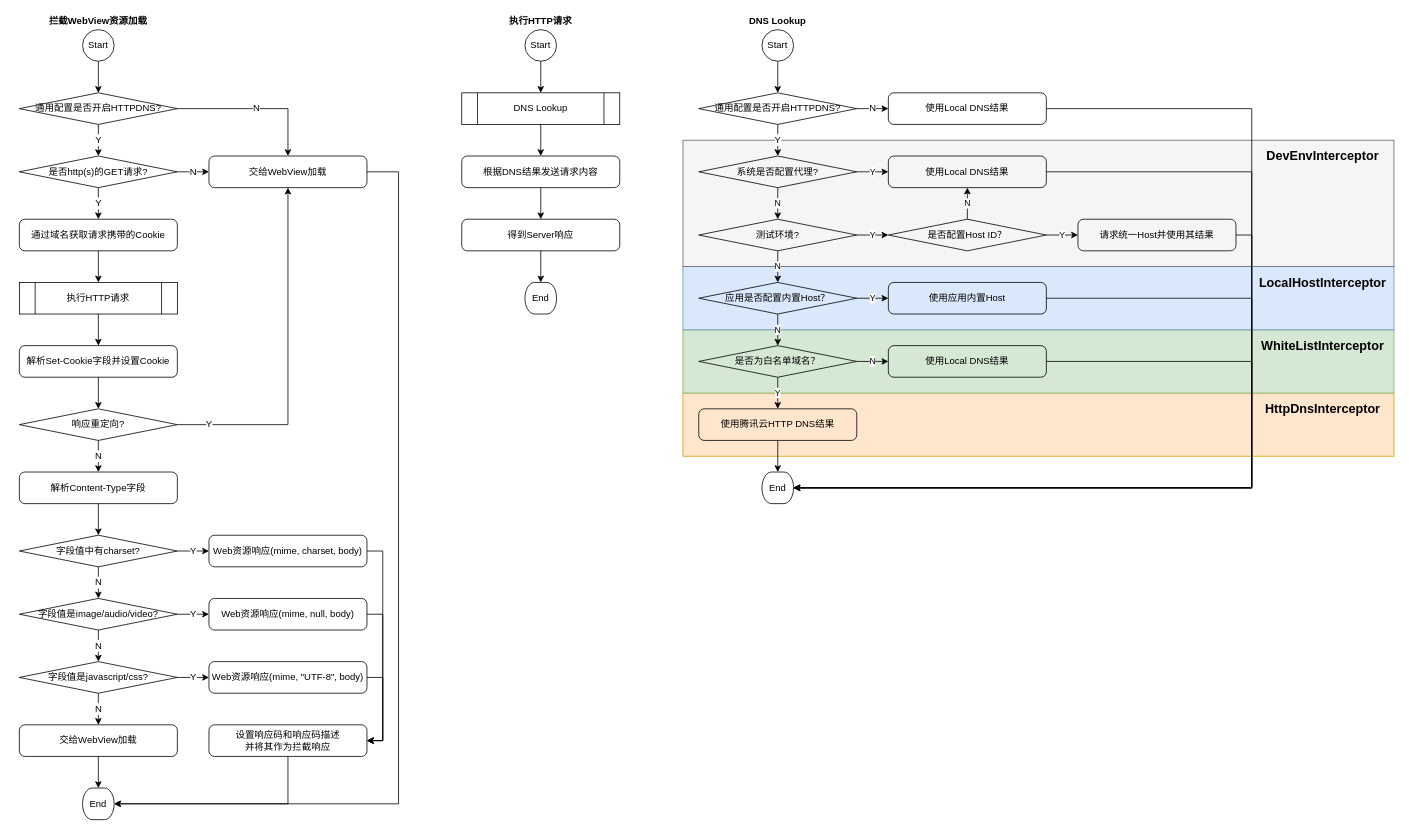
Cmdone/Draw.io keeps this draw.io diagram as HTTPDNS.drawio. Above is the earlier version. Source tidied: cells renumbered, new cells numbered last; positions are measured from the earlier drawing's top-left corner, leaving out a move shared by most shapes. Both pictures are drawn from the tidied source at 79%, with x=0, y=0 at pixel (19, 13).
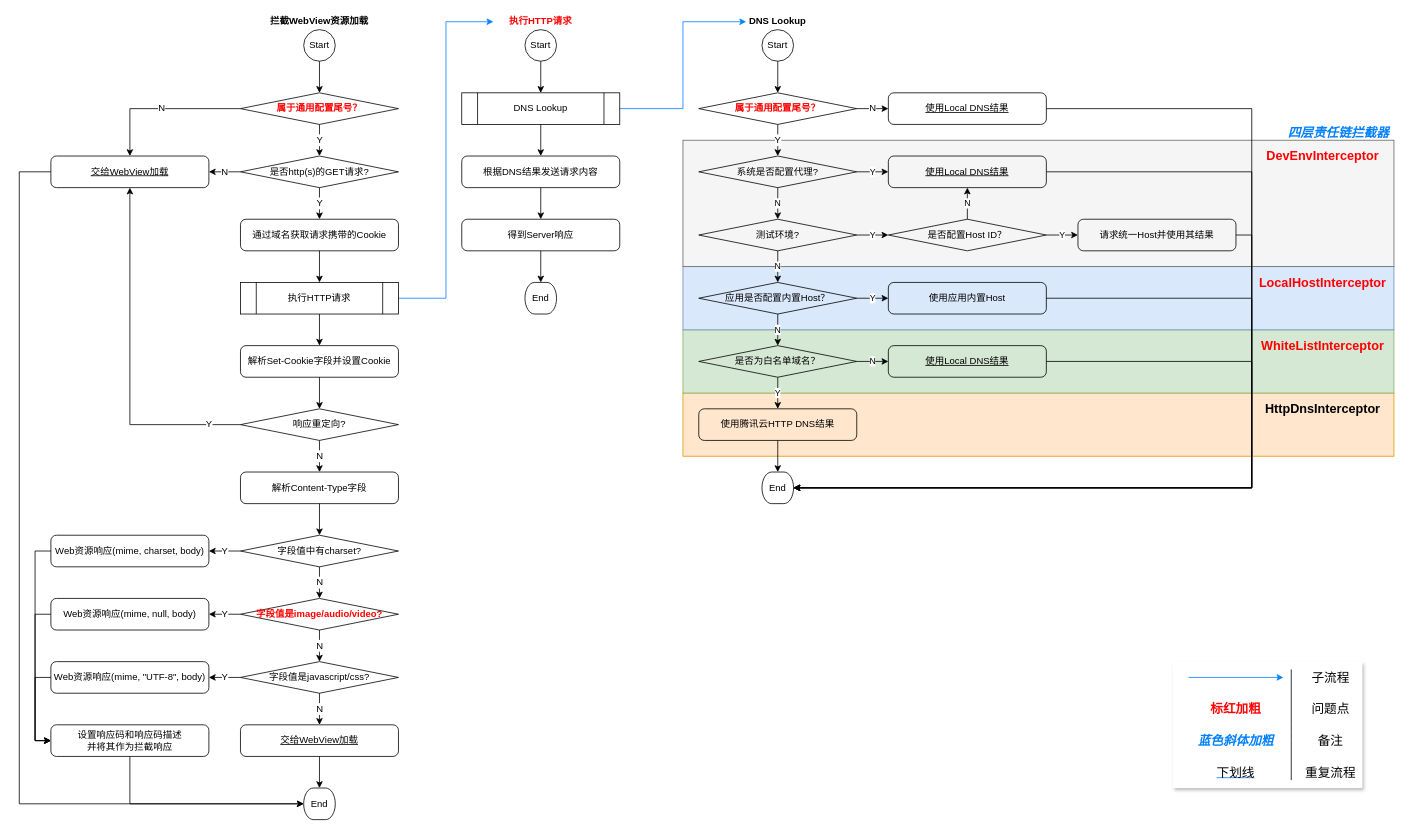
The same page after the edit.

The change refers to these unchanged cells:
```xml
<mxCell id="8" value="DNS Lookup" style="shape=process;whiteSpace=wrap;html=1;backgroundOutline=1;strokeWidth=1;fillColor=none;" parent="1" vertex="1">
  <mxGeometry x="560" y="100" width="200" height="40" as="geometry" />
</mxCell>
```

What changed in the source:
```diff
@@
+    <mxCell id="96" style="rounded=0;whiteSpace=wrap;html=1;labelBackgroundColor=none;fontSize=16;fontColor=#000000;strokeWidth=1;strokeColor=none;shadow=1;" parent="1" vertex="1">
+      <mxGeometry x="1460" y="820" width="240" height="160" as="geometry" />
+    </mxCell>
@@
+    <mxCell id="97" style="rounded=0;jettySize=auto;html=1;exitX=1;exitY=0.5;exitDx=0;exitDy=0;entryX=0;entryY=0.5;entryDx=0;entryDy=0;labelBackgroundColor=#ffffff;fontSize=16;fontColor=#007FFF;edgeStyle=orthogonalEdgeStyle;strokeColor=#007FFF;" parent="1" edge="1" source="8" target="18">
+      <mxGeometry relative="1" as="geometry" />
+    </mxCell>
@@
-    <mxCell id="12" value="执行HTTP请求" style="text;html=1;strokeColor=none;fillColor=none;align=center;verticalAlign=middle;whiteSpace=wrap;rounded=0;fontStyle=1;" parent="1" vertex="1">
-      <mxGeometry x="560" width="200" height="20" as="geometry" />
+    <mxCell id="12" value="执行HTTP请求" style="text;html=1;strokeColor=none;fillColor=none;align=center;verticalAlign=middle;whiteSpace=wrap;rounded=0;fontStyle=1;fontColor=#FF0000;" parent="1" vertex="1">
+      <mxGeometry x="600" width="120" height="20" as="geometry" />
     </mxCell>
@@
     <mxCell id="18" value="DNS Lookup" style="text;html=1;strokeColor=none;fillColor=none;align=center;verticalAlign=middle;whiteSpace=wrap;rounded=0;fontStyle=1;" parent="1" vertex="1">
-      <mxGeometry x="860" width="200" height="20" as="geometry" />
+      <mxGeometry x="920" width="80" height="20" as="geometry" />
     </mxCell>
@@
-    <mxCell id="29" value="使用Local DNS结果" style="rounded=1;whiteSpace=wrap;html=1;absoluteArcSize=1;arcSize=14;strokeWidth=1;fillColor=none;" parent="1" vertex="1">
+    <mxCell id="29" value="使用Local DNS结果" style="rounded=1;whiteSpace=wrap;html=1;absoluteArcSize=1;arcSize=14;strokeWidth=1;fillColor=none;fontStyle=4;" parent="1" vertex="1">
       <mxGeometry x="1100" y="180" width="200" height="40" as="geometry" />
     </mxCell>
@@
-    <mxCell id="41" value="使用Local DNS结果" style="rounded=1;whiteSpace=wrap;html=1;absoluteArcSize=1;arcSize=14;strokeWidth=1;fillColor=none;" parent="1" vertex="1">
+    <mxCell id="41" value="使用Local DNS结果" style="rounded=1;whiteSpace=wrap;html=1;absoluteArcSize=1;arcSize=14;strokeWidth=1;fillColor=none;fontStyle=4;" parent="1" vertex="1">
       <mxGeometry x="1100" y="420" width="200" height="40" as="geometry" />
     </mxCell>
@@
-    <mxCell id="45" value="DevEnvInterceptor" style="text;html=1;strokeColor=none;fillColor=none;align=center;verticalAlign=middle;whiteSpace=wrap;rounded=0;fontSize=16;fontStyle=1;" parent="1" vertex="1">
+    <mxCell id="45" value="DevEnvInterceptor" style="text;html=1;strokeColor=none;fillColor=none;align=center;verticalAlign=middle;whiteSpace=wrap;rounded=0;fontSize=16;fontStyle=1;fontColor=#FF0000;" parent="1" vertex="1">
       <mxGeometry x="1560" y="160" width="180" height="40" as="geometry" />
     </mxCell>
-    <mxCell id="46" value="LocalHostInterceptor" style="text;html=1;strokeColor=none;fillColor=none;align=center;verticalAlign=middle;whiteSpace=wrap;rounded=0;fontSize=16;fontStyle=1;" parent="1" vertex="1">
+    <mxCell id="46" value="LocalHostInterceptor" style="text;html=1;strokeColor=none;fillColor=none;align=center;verticalAlign=middle;whiteSpace=wrap;rounded=0;fontSize=16;fontStyle=1;fontColor=#FF0000;" parent="1" vertex="1">
       <mxGeometry x="1560" y="320" width="180" height="40" as="geometry" />
     </mxCell>
-    <mxCell id="47" value="WhiteListInterceptor" style="text;html=1;strokeColor=none;fillColor=none;align=center;verticalAlign=middle;whiteSpace=wrap;rounded=0;fontSize=16;fontStyle=1;" parent="1" vertex="1">
+    <mxCell id="47" value="WhiteListInterceptor" style="text;html=1;strokeColor=none;fillColor=none;align=center;verticalAlign=middle;whiteSpace=wrap;rounded=0;fontSize=16;fontStyle=1;fontColor=#FF0000;" parent="1" vertex="1">
       <mxGeometry x="1560" y="400" width="180" height="40" as="geometry" />
     </mxCell>
@@
     <mxCell id="50" value="Start" style="strokeWidth=1;html=1;shape=mxgraph.flowchart.start_2;whiteSpace=wrap;fillColor=none;" parent="1" vertex="1">
-      <mxGeometry x="80" y="20" width="40" height="40" as="geometry" />
+      <mxGeometry x="359.9" y="20" width="40" height="40" as="geometry" />
     </mxCell>
     <mxCell id="51" value="拦截WebView资源加载" style="text;html=1;strokeColor=none;fillColor=none;align=center;verticalAlign=middle;whiteSpace=wrap;rounded=0;fontStyle=1;" parent="1" vertex="1">
-      <mxGeometry width="200" height="20" as="geometry" />
+      <mxGeometry x="279.9" width="200" height="20" as="geometry" />
     </mxCell>
@@
-    <mxCell id="54" value="通用配置是否开启HTTPDNS?" style="strokeWidth=1;html=1;shape=mxgraph.flowchart.decision;whiteSpace=wrap;fillColor=none;" parent="1" vertex="1">
+    <mxCell id="54" value="&lt;span style=&quot;color: rgb(255 , 0 , 0) ; font-weight: 700&quot;&gt;属于通用配置尾号？&lt;/span&gt;" style="strokeWidth=1;html=1;shape=mxgraph.flowchart.decision;whiteSpace=wrap;fillColor=none;" parent="1" vertex="1">
       <mxGeometry x="860" y="100" width="200" height="40" as="geometry" />
     </mxCell>
@@
-    <mxCell id="56" value="使用Local DNS结果" style="rounded=1;whiteSpace=wrap;html=1;absoluteArcSize=1;arcSize=14;strokeWidth=1;fillColor=none;" parent="1" vertex="1">
+    <mxCell id="56" value="使用Local DNS结果" style="rounded=1;whiteSpace=wrap;html=1;absoluteArcSize=1;arcSize=14;strokeWidth=1;fillColor=none;fontStyle=4;" parent="1" vertex="1">
       <mxGeometry x="1100" y="100" width="200" height="40" as="geometry" />
     </mxCell>
-    <mxCell id="57" value="N" style="edgeStyle=orthogonalEdgeStyle;rounded=0;jettySize=auto;html=1;exitX=1;exitY=0.5;exitDx=0;exitDy=0;exitPerimeter=0;labelBackgroundColor=#ffffff;fontSize=12;" parent="1" edge="1" source="59" target="61">
+    <mxCell id="57" value="N" style="edgeStyle=orthogonalEdgeStyle;rounded=0;jettySize=auto;html=1;exitX=0;exitY=0.5;exitDx=0;exitDy=0;exitPerimeter=0;labelBackgroundColor=#ffffff;fontSize=12;" parent="1" edge="1" source="59" target="61">
       <mxGeometry relative="1" as="geometry" />
     </mxCell>
@@
-    <mxCell id="59" value="通用配置是否开启HTTPDNS?" style="strokeWidth=1;html=1;shape=mxgraph.flowchart.decision;whiteSpace=wrap;fillColor=none;" parent="1" vertex="1">
-      <mxGeometry y="100" width="200" height="40" as="geometry" />
+    <mxCell id="59" value="属于通用配置尾号？" style="strokeWidth=1;html=1;shape=mxgraph.flowchart.decision;whiteSpace=wrap;fillColor=none;fontStyle=1;fontColor=#FF0000;" parent="1" vertex="1">
+      <mxGeometry x="279.9" y="100" width="200" height="40" as="geometry" />
     </mxCell>
-    <mxCell id="60" style="edgeStyle=orthogonalEdgeStyle;rounded=0;jettySize=auto;html=1;exitX=1;exitY=0.5;exitDx=0;exitDy=0;labelBackgroundColor=#ffffff;fontSize=12;" parent="1" edge="1" source="61" target="95">
+    <mxCell id="60" style="edgeStyle=orthogonalEdgeStyle;rounded=0;jettySize=auto;html=1;exitX=0;exitY=0.5;exitDx=0;exitDy=0;labelBackgroundColor=#ffffff;fontSize=12;" parent="1" edge="1" source="61" target="95">
       <mxGeometry relative="1" as="geometry">
         <Array as="points">
-          <mxPoint x="480" y="200" />
-          <mxPoint x="480" y="1000" />
+          <mxPoint x="-0.1" y="200" />
+          <mxPoint x="-0.1" y="1000" />
         </Array>
       </mxGeometry>
     </mxCell>
-    <mxCell id="61" value="交给WebView加载" style="rounded=1;whiteSpace=wrap;html=1;absoluteArcSize=1;arcSize=14;strokeWidth=1;fillColor=none;" parent="1" vertex="1">
-      <mxGeometry x="240" y="180" width="200" height="40" as="geometry" />
+    <mxCell id="61" value="交给WebView加载" style="rounded=1;whiteSpace=wrap;html=1;absoluteArcSize=1;arcSize=14;strokeWidth=1;fillColor=none;fontStyle=4;" parent="1" vertex="1">
+      <mxGeometry x="39.9" y="180" width="200" height="40" as="geometry" />
     </mxCell>
-    <mxCell id="62" value="N" style="edgeStyle=orthogonalEdgeStyle;rounded=0;jettySize=auto;html=1;exitX=1;exitY=0.5;exitDx=0;exitDy=0;exitPerimeter=0;labelBackgroundColor=#ffffff;fontSize=12;" parent="1" edge="1" source="64" target="61">
+    <mxCell id="62" value="N" style="edgeStyle=orthogonalEdgeStyle;rounded=0;jettySize=auto;html=1;labelBackgroundColor=#ffffff;fontSize=12;" parent="1" edge="1" source="64" target="61">
       <mxGeometry relative="1" as="geometry" />
     </mxCell>
@@
     <mxCell id="64" value="是否http(s)的GET请求?" style="strokeWidth=1;html=1;shape=mxgraph.flowchart.decision;whiteSpace=wrap;fillColor=none;" parent="1" vertex="1">
-      <mxGeometry y="180" width="200" height="40" as="geometry" />
+      <mxGeometry x="279.9" y="180" width="200" height="40" as="geometry" />
     </mxCell>
@@
     <mxCell id="66" value="通过域名获取请求携带的Cookie" style="rounded=1;whiteSpace=wrap;html=1;absoluteArcSize=1;arcSize=14;strokeWidth=1;fillColor=none;" parent="1" vertex="1">
-      <mxGeometry y="260" width="200" height="40" as="geometry" />
+      <mxGeometry x="279.9" y="260" width="200" height="40" as="geometry" />
     </mxCell>
@@
+    <mxCell id="98" style="edgeStyle=orthogonalEdgeStyle;rounded=0;jettySize=auto;html=1;exitX=1;exitY=0.5;exitDx=0;exitDy=0;entryX=0;entryY=0.5;entryDx=0;entryDy=0;labelBackgroundColor=#ffffff;fontSize=16;fontColor=#007FFF;strokeColor=#007FFF;" parent="1" edge="1" source="68" target="12">
+      <mxGeometry relative="1" as="geometry" />
+    </mxCell>
     <mxCell id="68" value="执行HTTP请求" style="shape=process;whiteSpace=wrap;html=1;backgroundOutline=1;fontSize=12;strokeWidth=1;fillColor=none;" parent="1" vertex="1">
-      <mxGeometry y="340" width="200" height="40" as="geometry" />
+      <mxGeometry x="279.9" y="340" width="200" height="40" as="geometry" />
     </mxCell>
@@
     <mxCell id="70" value="解析Set-Cookie字段并设置Cookie" style="rounded=1;whiteSpace=wrap;html=1;absoluteArcSize=1;arcSize=14;strokeWidth=1;fillColor=none;" parent="1" vertex="1">
-      <mxGeometry y="420" width="200" height="40" as="geometry" />
+      <mxGeometry x="279.9" y="420" width="200" height="40" as="geometry" />
     </mxCell>
-    <mxCell id="71" value="Y" style="edgeStyle=orthogonalEdgeStyle;rounded=0;jettySize=auto;html=1;exitX=1;exitY=0.5;exitDx=0;exitDy=0;exitPerimeter=0;labelBackgroundColor=#ffffff;fontSize=12;" parent="1" edge="1" source="73" target="61">
+    <mxCell id="71" value="Y" style="edgeStyle=orthogonalEdgeStyle;rounded=0;jettySize=auto;html=1;exitX=0;exitY=0.5;exitDx=0;exitDy=0;exitPerimeter=0;labelBackgroundColor=#ffffff;fontSize=12;" parent="1" edge="1" source="73" target="61">
       <mxGeometry x="-0.82" relative="1" as="geometry" />
     </mxCell>
@@
     <mxCell id="73" value="响应重定向?" style="strokeWidth=1;html=1;shape=mxgraph.flowchart.decision;whiteSpace=wrap;fillColor=none;" parent="1" vertex="1">
-      <mxGeometry y="500" width="200" height="40" as="geometry" />
+      <mxGeometry x="279.9" y="500" width="200" height="40" as="geometry" />
     </mxCell>
-    <mxCell id="74" value="Y" style="edgeStyle=orthogonalEdgeStyle;rounded=0;jettySize=auto;html=1;exitX=1;exitY=0.5;exitDx=0;exitDy=0;exitPerimeter=0;labelBackgroundColor=#ffffff;fontSize=12;" parent="1" edge="1" source="76" target="78">
+    <mxCell id="74" value="Y" style="edgeStyle=orthogonalEdgeStyle;rounded=0;jettySize=auto;html=1;exitX=0;exitY=0.5;exitDx=0;exitDy=0;exitPerimeter=0;labelBackgroundColor=#ffffff;fontSize=12;" parent="1" edge="1" source="76" target="78">
       <mxGeometry relative="1" as="geometry" />
     </mxCell>
@@
     <mxCell id="76" value="字段值中有charset?" style="strokeWidth=1;html=1;shape=mxgraph.flowchart.decision;whiteSpace=wrap;fillColor=none;" parent="1" vertex="1">
-      <mxGeometry y="660" width="200" height="40" as="geometry" />
+      <mxGeometry x="279.9" y="660" width="200" height="40" as="geometry" />
     </mxCell>
-    <mxCell id="77" style="edgeStyle=orthogonalEdgeStyle;rounded=0;jettySize=auto;html=1;exitX=1;exitY=0.5;exitDx=0;exitDy=0;entryX=1;entryY=0.5;entryDx=0;entryDy=0;labelBackgroundColor=#ffffff;fontSize=12;" parent="1" edge="1" source="78" target="94">
-      <mxGeometry relative="1" as="geometry" />
+    <mxCell id="77" style="edgeStyle=orthogonalEdgeStyle;rounded=0;jettySize=auto;html=1;labelBackgroundColor=#ffffff;fontSize=12;" parent="1" edge="1" source="78" target="94">
+      <mxGeometry relative="1" as="geometry">
+        <Array as="points">
+          <mxPoint x="19.9" y="680" />
+          <mxPoint x="19.9" y="920" />
+        </Array>
+      </mxGeometry>
     </mxCell>
     <mxCell id="78" value="Web资源响应(mime, charset, body)" style="rounded=1;whiteSpace=wrap;html=1;absoluteArcSize=1;arcSize=14;strokeWidth=1;fillColor=none;" parent="1" vertex="1">
-      <mxGeometry x="240" y="660" width="200" height="40" as="geometry" />
+      <mxGeometry x="39.9" y="660" width="200" height="40" as="geometry" />
     </mxCell>
-    <mxCell id="79" value="Y" style="edgeStyle=orthogonalEdgeStyle;rounded=0;jettySize=auto;html=1;exitX=1;exitY=0.5;exitDx=0;exitDy=0;exitPerimeter=0;labelBackgroundColor=#ffffff;fontSize=12;" parent="1" edge="1" source="81" target="85">
+    <mxCell id="79" value="Y" style="edgeStyle=orthogonalEdgeStyle;rounded=0;jettySize=auto;html=1;exitX=0;exitY=0.5;exitDx=0;exitDy=0;exitPerimeter=0;labelBackgroundColor=#ffffff;fontSize=12;" parent="1" edge="1" source="81" target="85">
       <mxGeometry relative="1" as="geometry" />
     </mxCell>
@@
-    <mxCell id="81" value="字段值是image/audio/video?" style="strokeWidth=1;html=1;shape=mxgraph.flowchart.decision;whiteSpace=wrap;fillColor=none;" parent="1" vertex="1">
-      <mxGeometry y="740" width="200" height="40" as="geometry" />
+    <mxCell id="81" value="&lt;b&gt;&lt;font color=&quot;#ff0000&quot;&gt;字段值是image/audio/video?&lt;/font&gt;&lt;/b&gt;" style="strokeWidth=1;html=1;shape=mxgraph.flowchart.decision;whiteSpace=wrap;fillColor=none;" parent="1" vertex="1">
+      <mxGeometry x="279.9" y="740" width="200" height="40" as="geometry" />
     </mxCell>
@@
     <mxCell id="83" value="解析Content-Type字段" style="rounded=1;whiteSpace=wrap;html=1;absoluteArcSize=1;arcSize=14;strokeWidth=1;fillColor=none;" parent="1" vertex="1">
-      <mxGeometry y="580" width="200" height="40" as="geometry" />
+      <mxGeometry x="279.9" y="580" width="200" height="40" as="geometry" />
     </mxCell>
-    <mxCell id="84" style="edgeStyle=orthogonalEdgeStyle;rounded=0;jettySize=auto;html=1;exitX=1;exitY=0.5;exitDx=0;exitDy=0;entryX=1;entryY=0.5;entryDx=0;entryDy=0;labelBackgroundColor=#ffffff;fontSize=12;" parent="1" edge="1" source="85" target="94">
-      <mxGeometry relative="1" as="geometry" />
+    <mxCell id="84" style="edgeStyle=orthogonalEdgeStyle;rounded=0;jettySize=auto;html=1;labelBackgroundColor=#ffffff;fontSize=12;" parent="1" edge="1" source="85" target="94">
+      <mxGeometry relative="1" as="geometry">
+        <Array as="points">
+          <mxPoint x="19.9" y="760" />
+          <mxPoint x="19.9" y="920" />
+        </Array>
+      </mxGeometry>
     </mxCell>
     <mxCell id="85" value="Web资源响应(mime, null, body)" style="rounded=1;whiteSpace=wrap;html=1;absoluteArcSize=1;arcSize=14;strokeWidth=1;fillColor=none;" parent="1" vertex="1">
-      <mxGeometry x="240" y="740" width="200" height="40" as="geometry" />
+      <mxGeometry x="39.9" y="740" width="200" height="40" as="geometry" />
     </mxCell>
-    <mxCell id="86" value="Y" style="edgeStyle=orthogonalEdgeStyle;rounded=0;jettySize=auto;html=1;exitX=1;exitY=0.5;exitDx=0;exitDy=0;exitPerimeter=0;labelBackgroundColor=#ffffff;fontSize=12;" parent="1" edge="1" source="88" target="90">
+    <mxCell id="86" value="Y" style="edgeStyle=orthogonalEdgeStyle;rounded=0;jettySize=auto;html=1;exitX=0;exitY=0.5;exitDx=0;exitDy=0;exitPerimeter=0;labelBackgroundColor=#ffffff;fontSize=12;" parent="1" edge="1" source="88" target="90">
       <mxGeometry relative="1" as="geometry" />
     </mxCell>
@@
     <mxCell id="88" value="字段值是javascript/css?" style="strokeWidth=1;html=1;shape=mxgraph.flowchart.decision;whiteSpace=wrap;fillColor=none;" parent="1" vertex="1">
-      <mxGeometry y="820" width="200" height="40" as="geometry" />
+      <mxGeometry x="279.9" y="820" width="200" height="40" as="geometry" />
     </mxCell>
-    <mxCell id="89" style="edgeStyle=orthogonalEdgeStyle;rounded=0;jettySize=auto;html=1;exitX=1;exitY=0.5;exitDx=0;exitDy=0;entryX=1;entryY=0.5;entryDx=0;entryDy=0;labelBackgroundColor=#ffffff;fontSize=12;" parent="1" edge="1" source="90" target="94">
-      <mxGeometry relative="1" as="geometry" />
+    <mxCell id="89" style="edgeStyle=orthogonalEdgeStyle;rounded=0;jettySize=auto;html=1;labelBackgroundColor=#ffffff;fontSize=12;" parent="1" edge="1" source="90" target="94">
+      <mxGeometry relative="1" as="geometry">
+        <Array as="points">
+          <mxPoint x="19.9" y="840" />
+          <mxPoint x="19.9" y="920" />
+        </Array>
+      </mxGeometry>
     </mxCell>
     <mxCell id="90" value="Web资源响应(mime, &quot;UTF-8&quot;, body)" style="rounded=1;whiteSpace=wrap;html=1;absoluteArcSize=1;arcSize=14;strokeWidth=1;fillColor=none;" parent="1" vertex="1">
-      <mxGeometry x="240" y="820" width="200" height="40" as="geometry" />
+      <mxGeometry x="39.9" y="820" width="200" height="40" as="geometry" />
     </mxCell>
@@
-    <mxCell id="92" value="交给WebView加载" style="rounded=1;whiteSpace=wrap;html=1;absoluteArcSize=1;arcSize=14;strokeWidth=1;fillColor=none;" parent="1" vertex="1">
-      <mxGeometry y="900" width="200" height="40" as="geometry" />
+    <mxCell id="92" value="交给WebView加载" style="rounded=1;whiteSpace=wrap;html=1;absoluteArcSize=1;arcSize=14;strokeWidth=1;fillColor=none;fontStyle=4;" parent="1" vertex="1">
+      <mxGeometry x="279.9" y="900" width="200" height="40" as="geometry" />
     </mxCell>
-    <mxCell id="93" style="edgeStyle=orthogonalEdgeStyle;rounded=0;jettySize=auto;html=1;exitX=0.5;exitY=1;exitDx=0;exitDy=0;entryX=1;entryY=0.5;entryDx=0;entryDy=0;entryPerimeter=0;labelBackgroundColor=#ffffff;fontSize=12;" parent="1" edge="1" source="94" target="95">
+    <mxCell id="93" style="edgeStyle=orthogonalEdgeStyle;rounded=0;jettySize=auto;html=1;exitX=0.5;exitY=1;exitDx=0;exitDy=0;entryX=0;entryY=0.5;entryDx=0;entryDy=0;entryPerimeter=0;labelBackgroundColor=#ffffff;fontSize=12;" parent="1" edge="1" source="94" target="95">
       <mxGeometry relative="1" as="geometry" />
     </mxCell>
     <mxCell id="94" value="设置响应码和响应码描述&lt;br&gt;并将其作为拦截响应" style="rounded=1;whiteSpace=wrap;html=1;absoluteArcSize=1;arcSize=14;strokeWidth=1;fillColor=none;" parent="1" vertex="1">
-      <mxGeometry x="240" y="900" width="200" height="40" as="geometry" />
+      <mxGeometry x="39.9" y="900" width="200" height="40" as="geometry" />
     </mxCell>
     <mxCell id="95" value="End" style="strokeWidth=1;html=1;shape=mxgraph.flowchart.terminator;whiteSpace=wrap;fillColor=none;" parent="1" vertex="1">
-      <mxGeometry x="80" y="980" width="40" height="40" as="geometry" />
+      <mxGeometry x="359.9" y="980" width="40" height="40" as="geometry" />
     </mxCell>
+    <mxCell id="99" value="四层责任链拦截器" style="text;html=1;strokeColor=none;fillColor=none;align=center;verticalAlign=middle;whiteSpace=wrap;rounded=0;fontSize=16;fontStyle=3;fontColor=#007FFF;" parent="1" vertex="1">
+      <mxGeometry x="1600" y="140" width="140" height="20" as="geometry" />
+    </mxCell>
+    <mxCell id="100" style="endArrow=classic;html=1;labelBackgroundColor=#ffffff;fontSize=16;fontColor=#FF0000;strokeColor=#007FFF;" parent="1" edge="1">
+      <mxGeometry relative="1" as="geometry">
+        <mxPoint x="1480" y="840" as="sourcePoint" />
+        <mxPoint x="1600" y="840" as="targetPoint" />
+      </mxGeometry>
+    </mxCell>
+    <mxCell id="101" value="子流程" style="text;html=1;strokeColor=none;fillColor=none;align=center;verticalAlign=middle;whiteSpace=wrap;rounded=0;fontSize=16;" parent="1" vertex="1">
+      <mxGeometry x="1620" y="830" width="80" height="20" as="geometry" />
+    </mxCell>
+    <mxCell id="102" value="标红加粗" style="text;html=1;strokeColor=none;fillColor=none;align=center;verticalAlign=middle;whiteSpace=wrap;rounded=0;fontSize=16;fontStyle=1;fontColor=#FF0000;" parent="1" vertex="1">
+      <mxGeometry x="1480" y="870" width="120" height="20" as="geometry" />
+    </mxCell>
+    <mxCell id="103" value="问题点" style="text;html=1;strokeColor=none;fillColor=none;align=center;verticalAlign=middle;whiteSpace=wrap;rounded=0;fontSize=16;" parent="1" vertex="1">
+      <mxGeometry x="1620" y="870" width="80" height="20" as="geometry" />
+    </mxCell>
+    <mxCell id="104" value="蓝色斜体加粗" style="text;html=1;strokeColor=none;fillColor=none;align=center;verticalAlign=middle;whiteSpace=wrap;rounded=0;fontSize=16;fontStyle=3;labelBackgroundColor=none;fontColor=#007FFF;" parent="1" vertex="1">
+      <mxGeometry x="1480" y="910" width="120" height="20" as="geometry" />
+    </mxCell>
+    <mxCell id="105" value="备注" style="text;html=1;strokeColor=none;fillColor=none;align=center;verticalAlign=middle;whiteSpace=wrap;rounded=0;fontSize=16;" parent="1" vertex="1">
+      <mxGeometry x="1620" y="910" width="80" height="20" as="geometry" />
+    </mxCell>
+    <mxCell id="106" value="&lt;span style=&quot;font-style: normal ; font-weight: 400&quot;&gt;&lt;font color=&quot;#000000&quot;&gt;下划线&lt;/font&gt;&lt;/span&gt;" style="text;html=1;strokeColor=none;fillColor=none;align=center;verticalAlign=middle;whiteSpace=wrap;rounded=0;fontSize=16;fontStyle=7;labelBackgroundColor=none;fontColor=#007FFF;" parent="1" vertex="1">
+      <mxGeometry x="1480" y="950" width="120" height="20" as="geometry" />
+    </mxCell>
+    <mxCell id="107" value="重复流程" style="text;html=1;strokeColor=none;fillColor=none;align=center;verticalAlign=middle;whiteSpace=wrap;rounded=0;fontSize=16;" parent="1" vertex="1">
+      <mxGeometry x="1620" y="950" width="80" height="20" as="geometry" />
+    </mxCell>
+    <mxCell id="108" style="endArrow=none;html=1;labelBackgroundColor=#ffffff;fontSize=16;" parent="1" edge="1">
+      <mxGeometry relative="1" as="geometry">
+        <mxPoint x="1610" y="970" as="sourcePoint" />
+        <mxPoint x="1610" y="830" as="targetPoint" />
+        <Array as="points">
+          <mxPoint x="1610" y="910" />
+        </Array>
+      </mxGeometry>
+    </mxCell>
```
